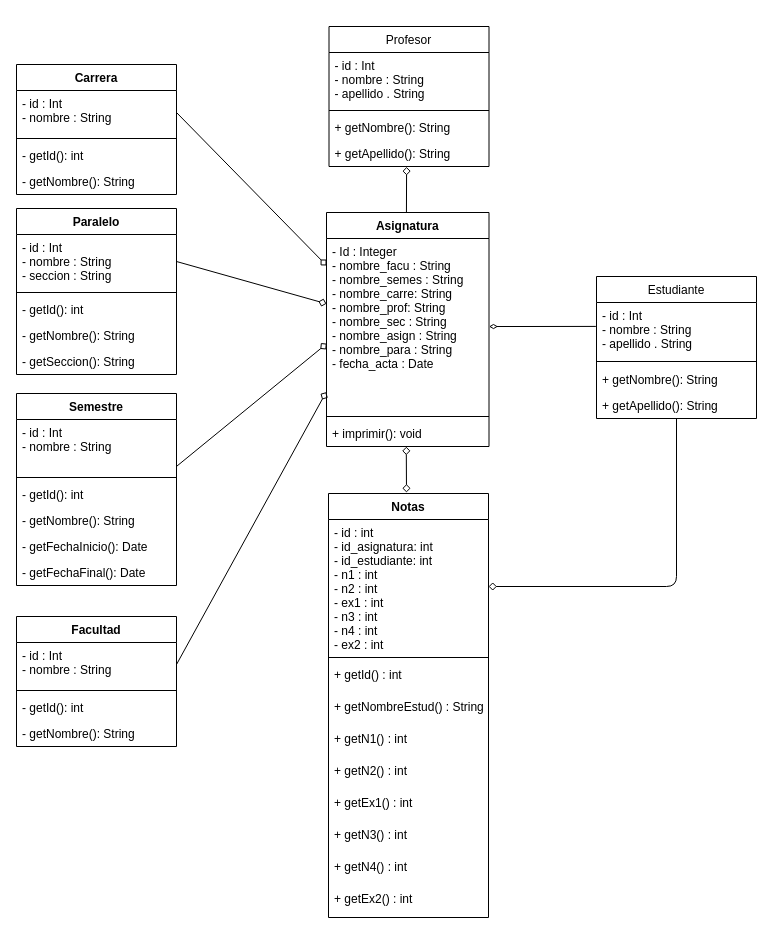
aterana3/Python-4to-semestre keeps this draw.io diagram as Taller 1/diseño/diagrama.drawio. Above is the earlier version. Source tidied: cells renumbered, new cells numbered last; positions are measured from the earlier drawing's top-left corner, leaving out a move shared by most shapes. Both pictures are drawn from the tidied source at 100%, with x=0, y=0 at pixel (16, 26).
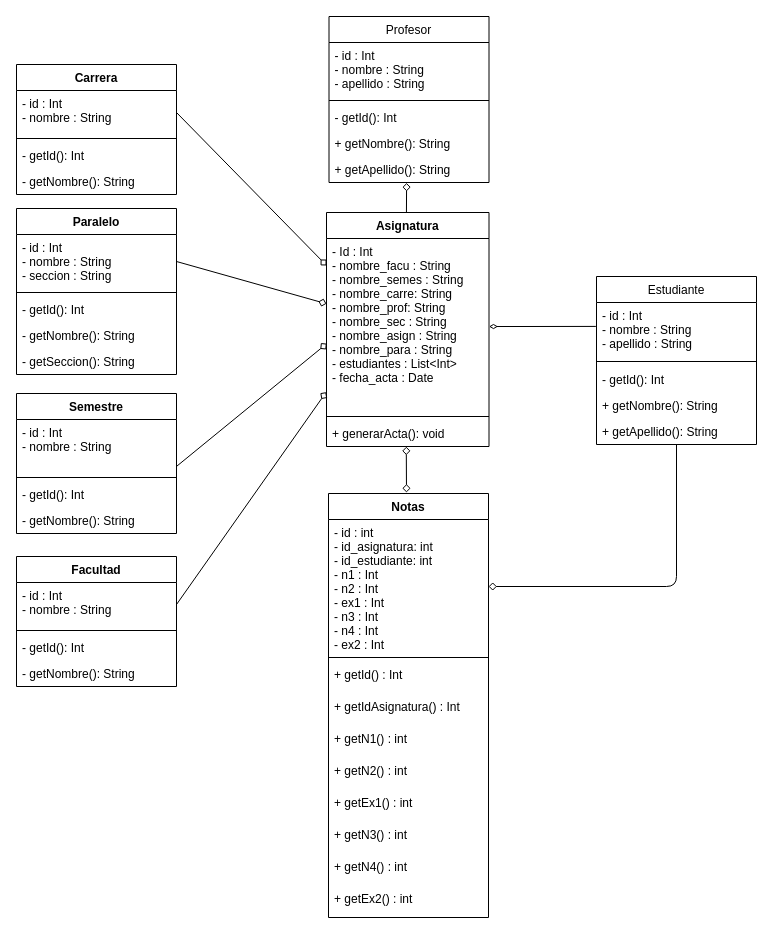
The same diagram, later.

The change refers to these unchanged cells:
```xml
<mxCell id="2" value="Notas" style="swimlane;fontStyle=1;align=center;verticalAlign=top;horizontal=1;startSize=26;" parent="1" vertex="1">
  <mxGeometry x="312" y="467" width="160" height="424" as="geometry" />
</mxCell>
<mxCell id="25" value="Asignatura" style="swimlane;fontStyle=1;align=center;verticalAlign=top;horizontal=1;startSize=26;" parent="1" vertex="1">
  <mxGeometry x="310" y="186" width="162.5" height="234" as="geometry" />
</mxCell>
<mxCell id="44" value="Paralelo" style="swimlane;fontStyle=1;align=center;verticalAlign=top;horizontal=1;startSize=26;" parent="1" vertex="1">
  <mxGeometry y="182" width="160" height="166" as="geometry" />
</mxCell>
<mxCell id="51" value="Carrera" style="swimlane;fontStyle=1;align=center;verticalAlign=top;horizontal=1;startSize=26;" parent="1" vertex="1">
  <mxGeometry y="38" width="160" height="130" as="geometry" />
</mxCell>
```

Diff of the diagram source:
```diff
@@
-    <mxCell id="3" value="- id : int&#10;- id_asignatura: int&#10;- id_estudiante: int&#10;- n1 : int&#10;- n2 : int&#10;- ex1 : int&#10;- n3 : int&#10;- n4 : int&#10;- ex2 : int &#10;" style="text;strokeColor=none;fillColor=none;align=left;verticalAlign=top;spacingLeft=4;spacingRight=4;overflow=hidden;points=[[0,0.5],[1,0.5]];portConstraint=eastwest;" parent="2" vertex="1">
+    <mxCell id="3" value="- id : int&#10;- id_asignatura: int&#10;- id_estudiante: int&#10;- n1 : Int&#10;- n2 : Int&#10;- ex1 : Int&#10;- n3 : Int&#10;- n4 : Int&#10;- ex2 : Int&#10;" style="text;strokeColor=none;fillColor=none;align=left;verticalAlign=top;spacingLeft=4;spacingRight=4;overflow=hidden;points=[[0,0.5],[1,0.5]];portConstraint=eastwest;" parent="2" vertex="1">
       <mxGeometry y="26" width="160" height="134" as="geometry" />
     </mxCell>
@@
-    <mxCell id="5" value="+ getId() : int" style="text;strokeColor=none;fillColor=none;align=left;verticalAlign=top;spacingLeft=4;spacingRight=4;overflow=hidden;" parent="2" vertex="1">
+    <mxCell id="5" value="+ getId() : Int" style="text;strokeColor=none;fillColor=none;align=left;verticalAlign=top;spacingLeft=4;spacingRight=4;overflow=hidden;" parent="2" vertex="1">
       <mxGeometry y="168" width="160" height="32" as="geometry" />
     </mxCell>
-    <mxCell id="6" value="+ getNombreEstud() : String" style="text;strokeColor=none;fillColor=none;align=left;verticalAlign=top;spacingLeft=4;spacingRight=4;overflow=hidden;" parent="2" vertex="1">
+    <mxCell id="6" value="+ getIdAsignatura() : Int" style="text;strokeColor=none;fillColor=none;align=left;verticalAlign=top;spacingLeft=4;spacingRight=4;overflow=hidden;" parent="2" vertex="1">
       <mxGeometry y="200" width="160" height="32" as="geometry" />
     </mxCell>
@@
     <mxCell id="13" value="Profesor" style="swimlane;fontStyle=0;align=center;verticalAlign=top;horizontal=1;startSize=26;" parent="1" vertex="1">
-      <mxGeometry x="312.5" width="160" height="140" as="geometry" />
+      <mxGeometry x="312.5" y="-10" width="160" height="166" as="geometry" />
     </mxCell>
-    <mxCell id="14" value="- id : Int&#10;- nombre : String&#10;- apellido . String" style="text;strokeColor=none;fillColor=none;align=left;verticalAlign=top;spacingLeft=4;spacingRight=4;overflow=hidden;" parent="13" vertex="1">
+    <mxCell id="14" value="- id : Int&#10;- nombre : String&#10;- apellido : String" style="text;strokeColor=none;fillColor=none;align=left;verticalAlign=top;spacingLeft=4;spacingRight=4;overflow=hidden;" parent="13" vertex="1">
       <mxGeometry y="26" width="160" height="54" as="geometry" />
     </mxCell>
@@
+    <mxCell id="58" value="- getId(): Int" style="text;strokeColor=none;fillColor=none;align=left;verticalAlign=top;spacingLeft=4;spacingRight=4;overflow=hidden;" parent="13" vertex="1">
+      <mxGeometry y="88" width="160" height="26" as="geometry" />
+    </mxCell>
     <mxCell id="16" value="+ getNombre(): String" style="text;strokeColor=none;fillColor=none;align=left;verticalAlign=top;spacingLeft=4;spacingRight=4;overflow=hidden;" parent="13" vertex="1">
-      <mxGeometry y="88" width="160" height="26" as="geometry" />
+      <mxGeometry y="114" width="160" height="26" as="geometry" />
     </mxCell>
     <mxCell id="17" value="+ getApellido(): String" style="text;strokeColor=none;fillColor=none;align=left;verticalAlign=top;spacingLeft=4;spacingRight=4;overflow=hidden;points=[[0,0.5],[1,0.5]];portConstraint=eastwest;" parent="13" vertex="1">
-      <mxGeometry y="114" width="160" height="26" as="geometry" />
+      <mxGeometry y="140" width="160" height="26" as="geometry" />
     </mxCell>
@@
     <mxCell id="19" value="Estudiante" style="swimlane;fontStyle=0;align=center;verticalAlign=top;horizontal=1;startSize=26;" parent="1" vertex="1">
-      <mxGeometry x="580" y="250" width="160" height="142" as="geometry" />
+      <mxGeometry x="580" y="250" width="160" height="168" as="geometry" />
     </mxCell>
-    <mxCell id="20" value="- id : Int&#10;- nombre : String&#10;- apellido . String" style="text;strokeColor=none;fillColor=none;align=left;verticalAlign=top;spacingLeft=4;spacingRight=4;overflow=hidden;points=[[0,0.5],[1,0.5]];portConstraint=eastwest;" parent="19" vertex="1">
+    <mxCell id="20" value="- id : Int&#10;- nombre : String&#10;- apellido : String" style="text;strokeColor=none;fillColor=none;align=left;verticalAlign=top;spacingLeft=4;spacingRight=4;overflow=hidden;points=[[0,0.5],[1,0.5]];portConstraint=eastwest;" parent="19" vertex="1">
       <mxGeometry y="26" width="160" height="54" as="geometry" />
     </mxCell>
@@
+    <mxCell id="59" value="- getId(): Int" style="text;strokeColor=none;fillColor=none;align=left;verticalAlign=top;spacingLeft=4;spacingRight=4;overflow=hidden;" parent="19" vertex="1">
+      <mxGeometry y="90" width="160" height="26" as="geometry" />
+    </mxCell>
     <mxCell id="22" value="+ getNombre(): String" style="text;strokeColor=none;fillColor=none;align=left;verticalAlign=top;spacingLeft=4;spacingRight=4;overflow=hidden;" parent="19" vertex="1">
-      <mxGeometry y="90" width="160" height="26" as="geometry" />
+      <mxGeometry y="116" width="160" height="26" as="geometry" />
     </mxCell>
     <mxCell id="23" value="+ getApellido(): String" style="text;strokeColor=none;fillColor=none;align=left;verticalAlign=top;spacingLeft=4;spacingRight=4;overflow=hidden;" parent="19" vertex="1">
-      <mxGeometry y="116" width="160" height="26" as="geometry" />
+      <mxGeometry y="142" width="160" height="26" as="geometry" />
     </mxCell>
@@
-    <mxCell id="26" value="- Id : Integer&#10;- nombre_facu : String&#10;- nombre_semes : String&#10;- nombre_carre: String&#10;- nombre_prof: String&#10;- nombre_sec : String&#10;- nombre_asign : String&#10;- nombre_para : String&#10;- fecha_acta : Date&#10;" style="text;strokeColor=none;fillColor=none;align=left;verticalAlign=top;spacingLeft=4;spacingRight=4;overflow=hidden;points=[[0,0.5],[1,0.5]];portConstraint=eastwest;" parent="25" vertex="1">
+    <mxCell id="26" value="- Id : Int&#10;- nombre_facu : String&#10;- nombre_semes : String&#10;- nombre_carre: String&#10;- nombre_prof: String&#10;- nombre_sec : String&#10;- nombre_asign : String&#10;- nombre_para : String&#10;- estudiantes : List&lt;Int&gt;&#10;- fecha_acta : Date&#10;" style="text;strokeColor=none;fillColor=none;align=left;verticalAlign=top;spacingLeft=4;spacingRight=4;overflow=hidden;points=[[0,0.5],[1,0.5]];portConstraint=eastwest;" parent="25" vertex="1">
       <mxGeometry y="26" width="162.5" height="174" as="geometry" />
     </mxCell>
@@
-    <mxCell id="28" value="+ imprimir(): void" style="text;strokeColor=none;fillColor=none;align=left;verticalAlign=top;spacingLeft=4;spacingRight=4;overflow=hidden;points=[[0,0.5],[1,0.5]];portConstraint=eastwest;" parent="25" vertex="1">
+    <mxCell id="28" value="+ generarActa(): void" style="text;strokeColor=none;fillColor=none;align=left;verticalAlign=top;spacingLeft=4;spacingRight=4;overflow=hidden;points=[[0,0.5],[1,0.5]];portConstraint=eastwest;" parent="25" vertex="1">
       <mxGeometry y="208" width="162.5" height="26" as="geometry" />
     </mxCell>
@@
     <mxCell id="31" value="Semestre" style="swimlane;fontStyle=1;align=center;verticalAlign=top;horizontal=1;startSize=26;" parent="1" vertex="1">
-      <mxGeometry y="367" width="160" height="192" as="geometry" />
+      <mxGeometry y="367" width="160" height="140" as="geometry" />
     </mxCell>
@@
-    <mxCell id="34" value="- getId(): int" style="text;strokeColor=none;fillColor=none;align=left;verticalAlign=top;spacingLeft=4;spacingRight=4;overflow=hidden;" parent="31" vertex="1">
+    <mxCell id="34" value="- getId(): Int" style="text;strokeColor=none;fillColor=none;align=left;verticalAlign=top;spacingLeft=4;spacingRight=4;overflow=hidden;" parent="31" vertex="1">
       <mxGeometry y="88" width="160" height="26" as="geometry" />
     </mxCell>
@@
-    <mxCell id="36" value="- getFechaInicio(): Date" style="text;strokeColor=none;fillColor=none;align=left;verticalAlign=top;spacingLeft=4;spacingRight=4;overflow=hidden;" parent="31" vertex="1">
-      <mxGeometry y="140" width="160" height="26" as="geometry" />
-    </mxCell>
-    <mxCell id="37" value="- getFechaFinal(): Date" style="text;strokeColor=none;fillColor=none;align=left;verticalAlign=top;spacingLeft=4;spacingRight=4;overflow=hidden;" parent="31" vertex="1">
-      <mxGeometry y="166" width="160" height="26" as="geometry" />
-    </mxCell>
     <mxCell id="38" value="Facultad" style="swimlane;fontStyle=1;align=center;verticalAlign=top;horizontal=1;startSize=26;" parent="1" vertex="1">
-      <mxGeometry y="590" width="160" height="130" as="geometry" />
+      <mxGeometry y="530" width="160" height="130" as="geometry" />
     </mxCell>
@@
-    <mxCell id="41" value="- getId(): int" style="text;strokeColor=none;fillColor=none;align=left;verticalAlign=top;spacingLeft=4;spacingRight=4;overflow=hidden;" parent="38" vertex="1">
+    <mxCell id="41" value="- getId(): Int" style="text;strokeColor=none;fillColor=none;align=left;verticalAlign=top;spacingLeft=4;spacingRight=4;overflow=hidden;" parent="38" vertex="1">
       <mxGeometry y="78" width="160" height="26" as="geometry" />
     </mxCell>
@@
-    <mxCell id="47" value="- getId(): int" style="text;strokeColor=none;fillColor=none;align=left;verticalAlign=top;spacingLeft=4;spacingRight=4;overflow=hidden;" parent="44" vertex="1">
+    <mxCell id="47" value="- getId(): Int" style="text;strokeColor=none;fillColor=none;align=left;verticalAlign=top;spacingLeft=4;spacingRight=4;overflow=hidden;" parent="44" vertex="1">
       <mxGeometry y="88" width="160" height="26" as="geometry" />
     </mxCell>
@@
-    <mxCell id="54" value="- getId(): int" style="text;strokeColor=none;fillColor=none;align=left;verticalAlign=top;spacingLeft=4;spacingRight=4;overflow=hidden;" parent="51" vertex="1">
+    <mxCell id="54" value="- getId(): Int" style="text;strokeColor=none;fillColor=none;align=left;verticalAlign=top;spacingLeft=4;spacingRight=4;overflow=hidden;" parent="51" vertex="1">
       <mxGeometry y="78" width="160" height="26" as="geometry" />
     </mxCell>
```
